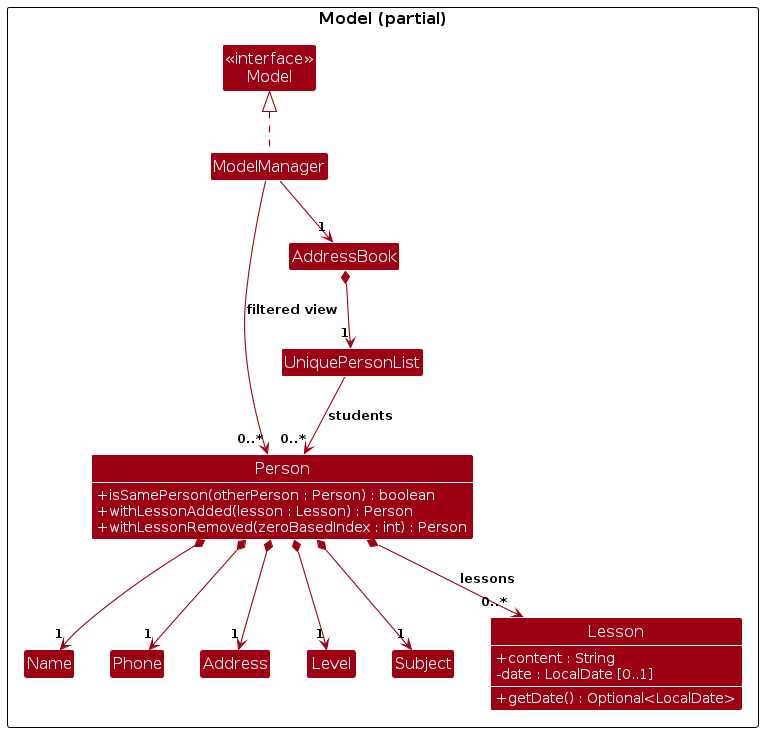
AY2627S1-CS2103T-T11-1/tp keeps this PlantUML diagram as diagrams/ModelClassDiagram.png. Above is the earlier version. Its source is kept beside it as diagrams/ModelClassDiagram.puml.
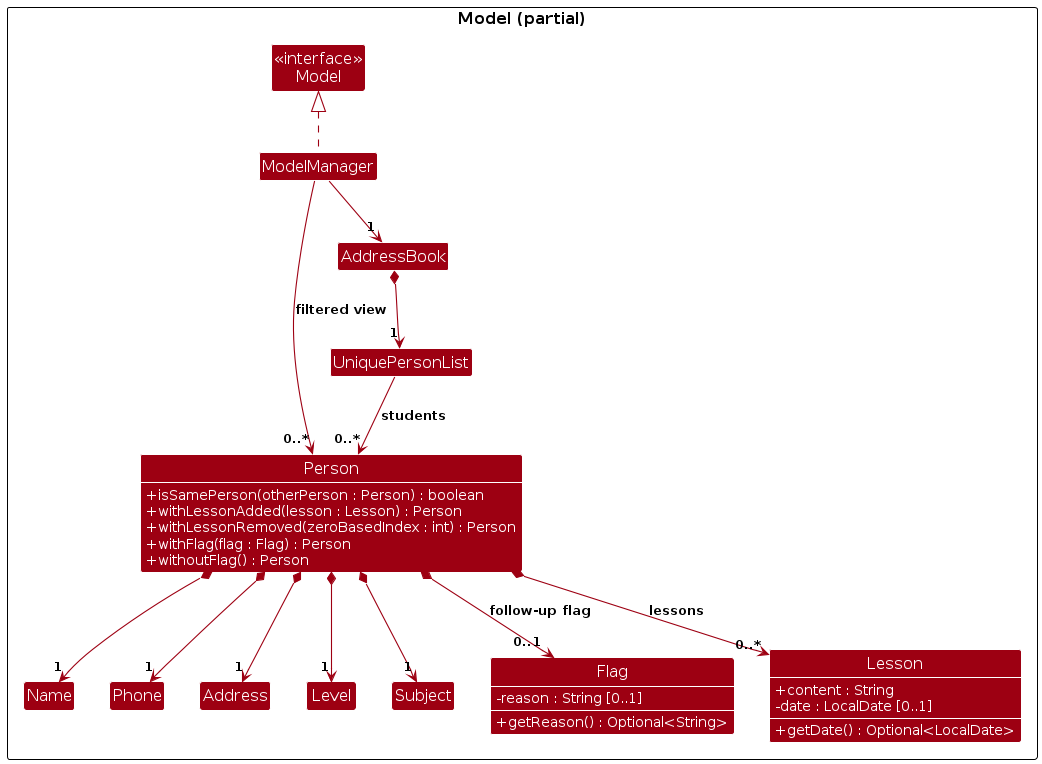
The same file after the commit.

What changed in the source:
```diff
@@ -17,6 +17,8 @@
         + isSamePerson(otherPerson : Person) : boolean
         + withLessonAdded(lesson : Lesson) : Person
         + withLessonRemoved(zeroBasedIndex : int) : Person
+        + withFlag(flag : Flag) : Person
+        + withoutFlag() : Person
     }
 
     class Name
@@ -24,6 +26,11 @@
     class Address
     class Level
     class Subject
+
+    class Flag {
+        - reason : String [0..1]
+        + getReason() : Optional<String>
+    }
 
     class Lesson {
         + content : String
@@ -35,6 +42,7 @@
 show fields
 show Person methods
 show Lesson methods
+show Flag methods
 hide empty members
 
 ModelManager .up.|> Model
@@ -49,4 +57,5 @@
 Person *-down-> "1" Level
 Person *-down-> "1" Subject
 Person *-down-> "0..*" Lesson : lessons
+Person *-down-> "0..1" Flag : follow-up flag
 @enduml
```
